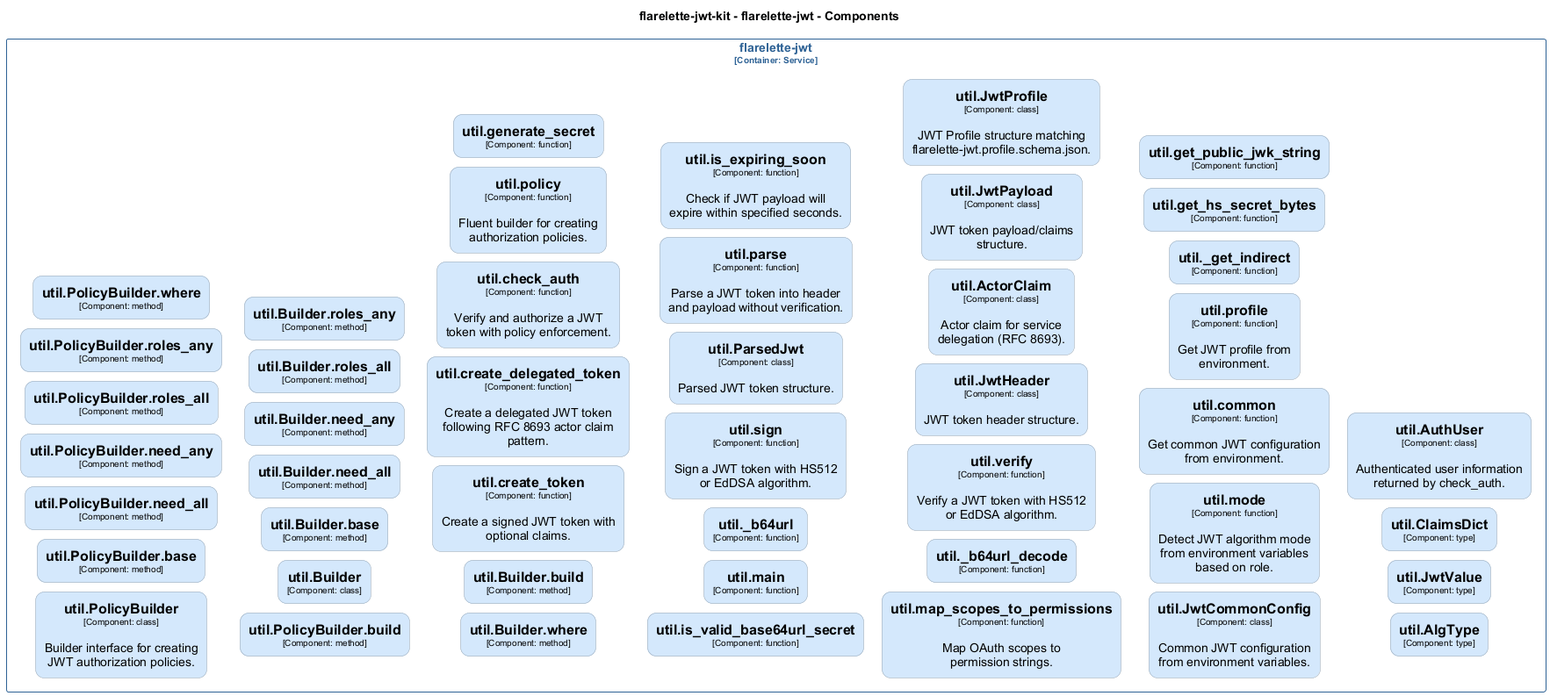
Above: docs/architecture/diagrams/structurizr-Classes_flarelette_jwt__util.png in chrislyons-dev/flarelette-jwt-kit (PlantUML), before the change.
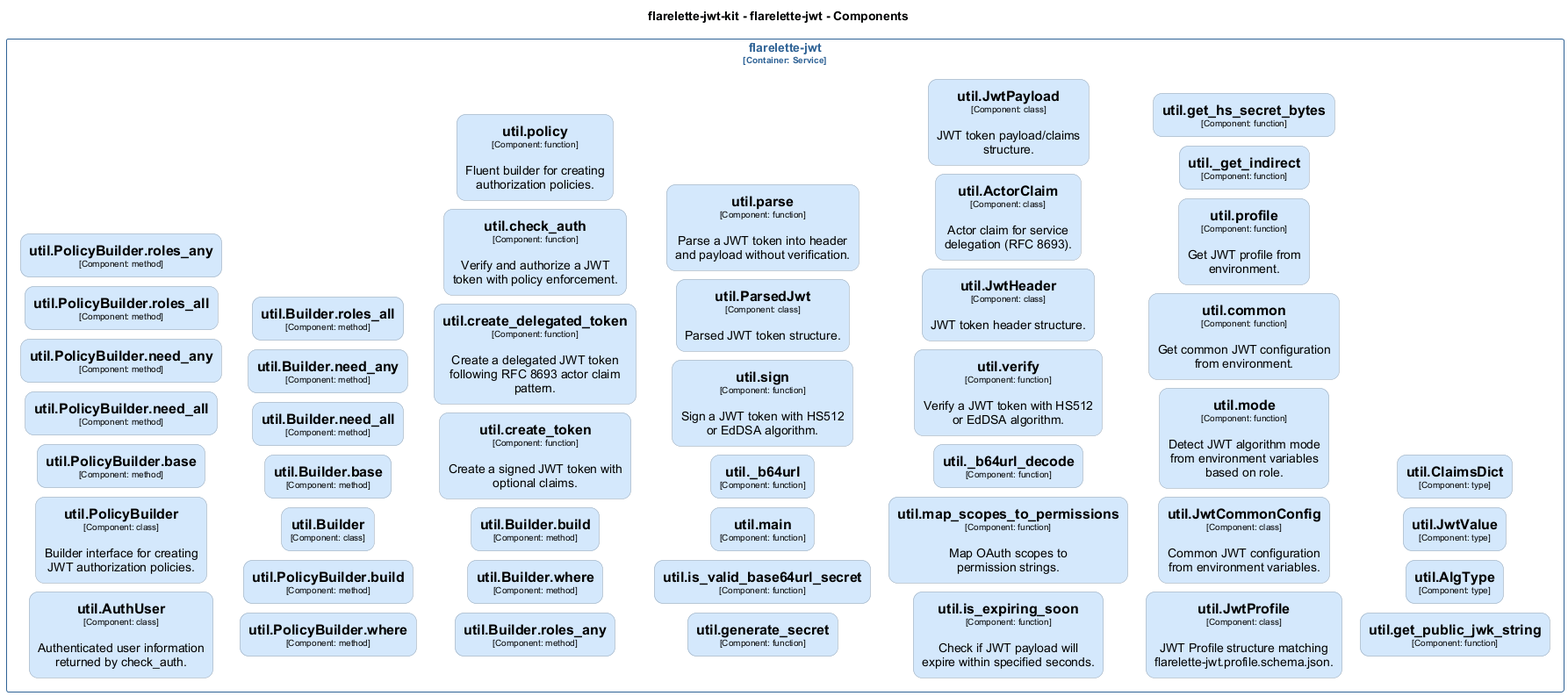
The same file after the commit.

Change to the diagram source:
```diff
@@ -345,6 +345,7 @@
 }
 
 rectangle "flarelette-jwt\n<size:10>[Container: Service]</size>" <<flarelettejwtkit.flarelettejwt>> {
+  rectangle "==util.AuthUser\n<size:10>[Component: class]</size>\n\nAuthenticated user information returned by check_auth." <<flarelettejwtkit.flarelettejwt.utilAuthUser>> as flarelettejwtkit.flarelettejwt.utilAuthUser
   rectangle "==util.PolicyBuilder\n<size:10>[Component: class]</size>\n\nBuilder interface for creating JWT authorization policies." <<flarelettejwtkit.flarelettejwt.utilPolicyBuilder>> as flarelettejwtkit.flarelettejwt.utilPolicyBuilder
   rectangle "==util.PolicyBuilder.base\n<size:10>[Component: method]</size>" <<flarelettejwtkit.flarelettejwt.utilPolicyBuilderbase>> as flarelettejwtkit.flarelettejwt.utilPolicyBuilderbase
   rectangle "==util.PolicyBuilder.need_all\n<size:10>[Component: method]</size>" <<flarelettejwtkit.flarelettejwt.utilPolicyBuilderneed_all>> as flarelettejwtkit.flarelettejwt.utilPolicyBuilderneed_all
@@ -390,7 +391,6 @@
   rectangle "==util.AlgType\n<size:10>[Component: type]</size>" <<flarelettejwtkit.flarelettejwt.utilAlgType>> as flarelettejwtkit.flarelettejwt.utilAlgType
   rectangle "==util.JwtValue\n<size:10>[Component: type]</size>" <<flarelettejwtkit.flarelettejwt.utilJwtValue>> as flarelettejwtkit.flarelettejwt.utilJwtValue
   rectangle "==util.ClaimsDict\n<size:10>[Component: type]</size>" <<flarelettejwtkit.flarelettejwt.utilClaimsDict>> as flarelettejwtkit.flarelettejwt.utilClaimsDict
-  rectangle "==util.AuthUser\n<size:10>[Component: class]</size>\n\nAuthenticated user information returned by check_auth." <<flarelettejwtkit.flarelettejwt.utilAuthUser>> as flarelettejwtkit.flarelettejwt.utilAuthUser
 }
 
 @enduml
```
